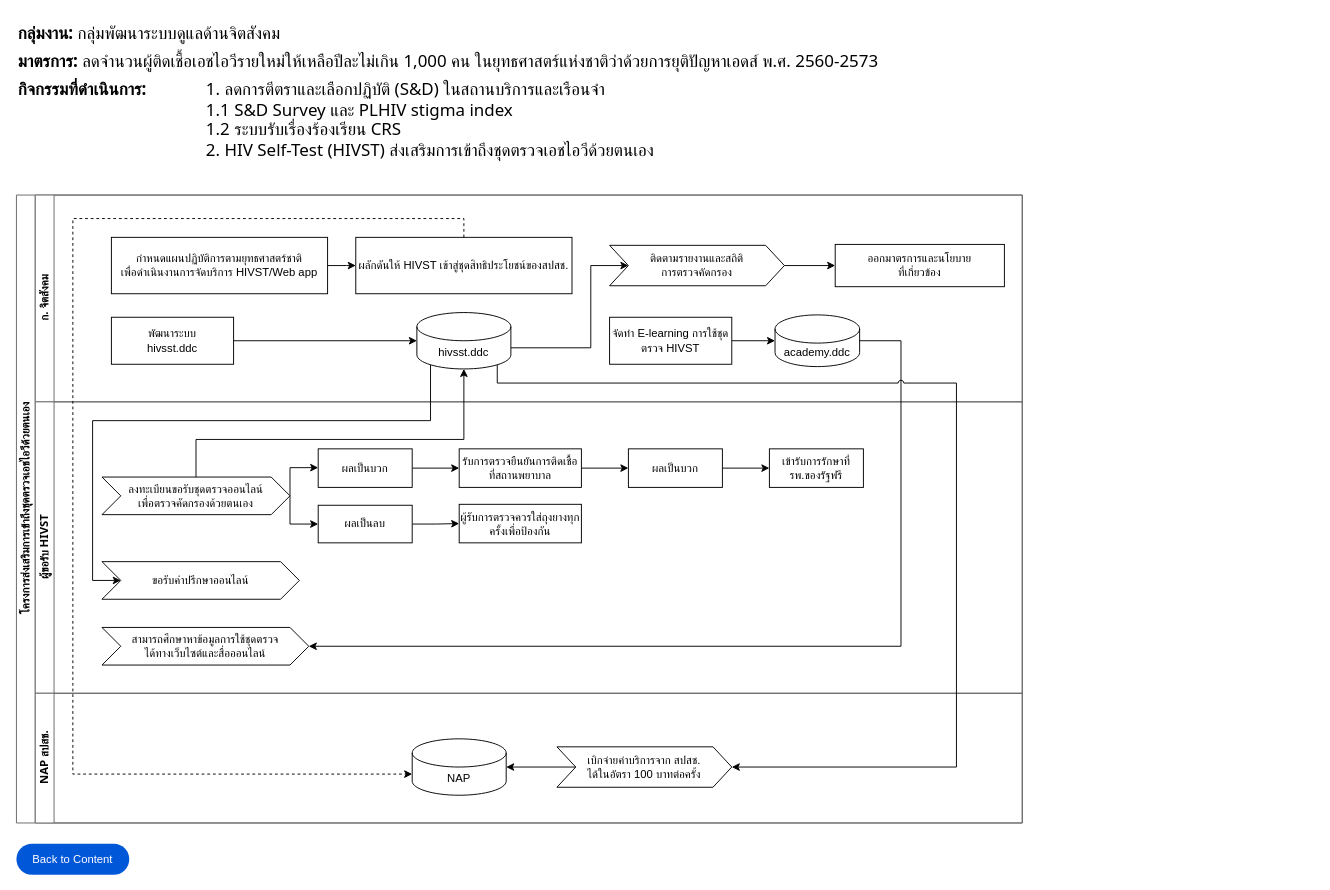
Earlier version of the draw.io diagram page "HIVST" (16 of 25) of HIVs Work-Data Diagram.drawio (anun311/regist). Source tidied: cells renumbered, new cells numbered last; positions are measured from the earlier drawing's top-left corner, leaving out a move shared by most shapes. Both pictures are drawn from the tidied source at 94%, with x=0, y=0 at pixel (16, 16).
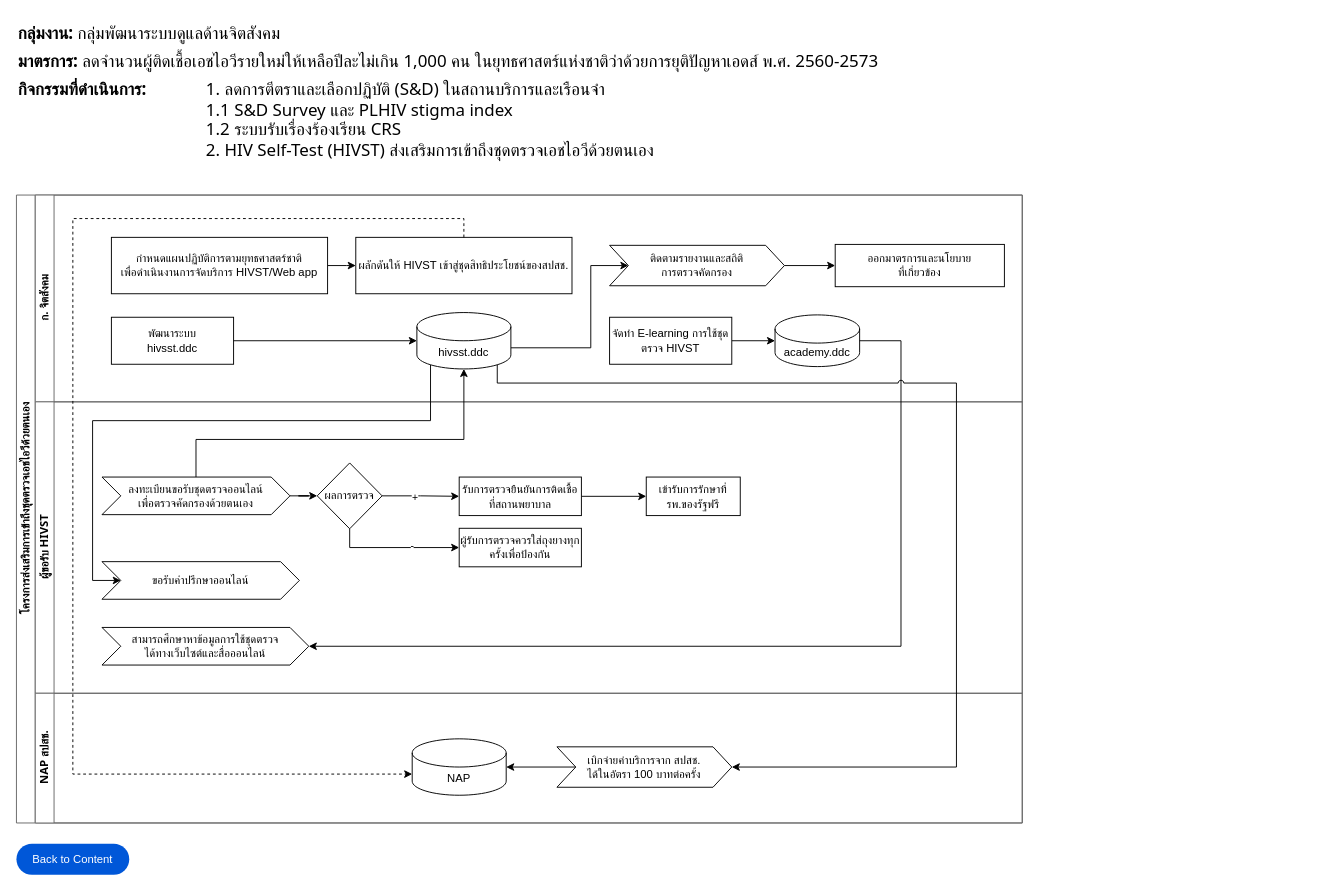
Above is the later version.

The change refers to these unchanged cells:
```xml
<mxCell id="17" value="ผู้ขอรับ HIVST" style="swimlane;html=1;startSize=20;horizontal=0;fontFamily=Tahoma;strokeColor=#666666;" parent="2" vertex="1">
  <mxGeometry x="20" y="220" width="1050" height="310" as="geometry" />
</mxCell>
<mxCell id="31" value="ลงทะเบียนขอรับชุดตรวจออนไลน์&lt;br&gt;เพื่อตรวจคัดกรองด้วยตนเอง" style="shape=step;perimeter=stepPerimeter;whiteSpace=wrap;html=1;fixedSize=1;" parent="17" vertex="1">
  <mxGeometry x="71" y="80" width="200" height="40" as="geometry" />
</mxCell>
```

What changed in the source:
```diff
@@
-    <mxCell id="18" style="edgeStyle=orthogonalEdgeStyle;rounded=0;jettySize=auto;html=1;exitX=1;exitY=0.5;exitDx=0;exitDy=0;" parent="17" edge="1" source="31" target="21">
-      <mxGeometry relative="1" as="geometry">
-        <Array as="points">
-          <mxPoint x="271" y="70" />
-        </Array>
-      </mxGeometry>
-    </mxCell>
-    <mxCell id="19" style="edgeStyle=orthogonalEdgeStyle;rounded=0;jettySize=auto;html=1;exitX=1;exitY=0.5;exitDx=0;exitDy=0;entryX=0;entryY=0.5;entryDx=0;entryDy=0;" parent="17" edge="1" source="31" target="23">
-      <mxGeometry relative="1" as="geometry">
-        <Array as="points">
-          <mxPoint x="271" y="130" />
-        </Array>
-      </mxGeometry>
-    </mxCell>
-    <mxCell id="20" style="edgeStyle=orthogonalEdgeStyle;rounded=0;jettySize=auto;html=1;exitX=1;exitY=0.5;exitDx=0;exitDy=0;entryX=0;entryY=0.5;entryDx=0;entryDy=0;" parent="17" edge="1" source="21" target="25">
-      <mxGeometry relative="1" as="geometry" />
-    </mxCell>
-    <mxCell id="21" value="ผลเป็นบวก" style="rounded=0;whiteSpace=wrap;html=1;" parent="17" vertex="1">
-      <mxGeometry x="301" y="50" width="100" height="41" as="geometry" />
-    </mxCell>
-    <mxCell id="22" style="edgeStyle=orthogonalEdgeStyle;rounded=0;jettySize=auto;html=1;exitX=1;exitY=0.5;exitDx=0;exitDy=0;entryX=0;entryY=0.5;entryDx=0;entryDy=0;" parent="17" edge="1" source="23" target="29">
-      <mxGeometry relative="1" as="geometry" />
-    </mxCell>
-    <mxCell id="23" value="ผลเป็นลบ" style="rounded=0;whiteSpace=wrap;html=1;" parent="17" vertex="1">
-      <mxGeometry x="301" y="110" width="100" height="40" as="geometry" />
-    </mxCell>
-    <mxCell id="24" style="edgeStyle=orthogonalEdgeStyle;rounded=0;jettySize=auto;html=1;exitX=1;exitY=0.5;exitDx=0;exitDy=0;entryX=0;entryY=0.5;entryDx=0;entryDy=0;" parent="17" edge="1" source="25" target="27">
-      <mxGeometry relative="1" as="geometry" />
-    </mxCell>
+    <mxCell id="49" style="edgeStyle=orthogonalEdgeStyle;rounded=0;jettySize=auto;html=1;exitX=1;exitY=0.5;exitDx=0;exitDy=0;" parent="17" edge="1" source="25" target="28">
+      <mxGeometry relative="1" as="geometry" />
+    </mxCell>
     <mxCell id="25" value="รับการตรวจยืนยันการติดเชื้อที่สถานพยาบาล" style="rounded=0;whiteSpace=wrap;html=1;" parent="17" vertex="1">
-      <mxGeometry x="451" y="50" width="130" height="41" as="geometry" />
+      <mxGeometry x="451" y="80" width="130" height="41" as="geometry" />
     </mxCell>
-    <mxCell id="26" style="edgeStyle=orthogonalEdgeStyle;rounded=0;jettySize=auto;html=1;exitX=1;exitY=0.5;exitDx=0;exitDy=0;" parent="17" edge="1" source="27" target="28">
-      <mxGeometry relative="1" as="geometry" />
-    </mxCell>
-    <mxCell id="27" value="ผลเป็นบวก" style="rounded=0;whiteSpace=wrap;html=1;" parent="17" vertex="1">
-      <mxGeometry x="631" y="50" width="100" height="41" as="geometry" />
-    </mxCell>
     <mxCell id="28" value="เข้ารับการรักษาที่รพ.ของรัฐฟรี" style="rounded=0;whiteSpace=wrap;html=1;" parent="17" vertex="1">
-      <mxGeometry x="781" y="50" width="100" height="41" as="geometry" />
+      <mxGeometry x="650" y="80" width="100" height="41" as="geometry" />
     </mxCell>
     <mxCell id="29" value="ผู้รับการตรวจควรใส่ถุงยางทุกครั้งเพื่อป้องกัน" style="rounded=0;whiteSpace=wrap;html=1;" parent="17" vertex="1">
-      <mxGeometry x="451" y="109" width="130" height="41" as="geometry" />
+      <mxGeometry x="451" y="134.5" width="130" height="41" as="geometry" />
     </mxCell>
@@
+    <mxCell id="50" style="edgeStyle=orthogonalEdgeStyle;rounded=0;jettySize=auto;html=1;exitX=1;exitY=0.5;exitDx=0;exitDy=0;" parent="17" edge="1" source="31" target="55">
+      <mxGeometry relative="1" as="geometry" />
+    </mxCell>
@@
+    <mxCell id="51" style="edgeStyle=orthogonalEdgeStyle;rounded=0;jettySize=auto;html=1;exitX=1;exitY=0.5;exitDx=0;exitDy=0;entryX=0;entryY=0.5;entryDx=0;entryDy=0;" parent="17" edge="1" source="55" target="25">
+      <mxGeometry relative="1" as="geometry" />
+    </mxCell>
+    <mxCell id="52" value="+" style="edgeLabel;html=1;align=center;verticalAlign=middle;" parent="51" vertex="1">
+      <mxGeometry x="-0.17" y="-1" relative="1" as="geometry" />
+    </mxCell>
+    <mxCell id="53" style="edgeStyle=orthogonalEdgeStyle;rounded=0;jettySize=auto;html=1;exitX=0.5;exitY=1;exitDx=0;exitDy=0;" parent="17" edge="1" source="55" target="29">
+      <mxGeometry relative="1" as="geometry" />
+    </mxCell>
+    <mxCell id="54" value="-" style="edgeLabel;html=1;align=center;verticalAlign=middle;" parent="53" vertex="1">
+      <mxGeometry x="0.26" y="3" relative="1" as="geometry" />
+    </mxCell>
+    <mxCell id="55" value="ผลการตรวจ" style="rhombus;whiteSpace=wrap;html=1;" parent="17" vertex="1">
+      <mxGeometry x="300" y="65" width="69" height="70" as="geometry" />
+    </mxCell>
```
